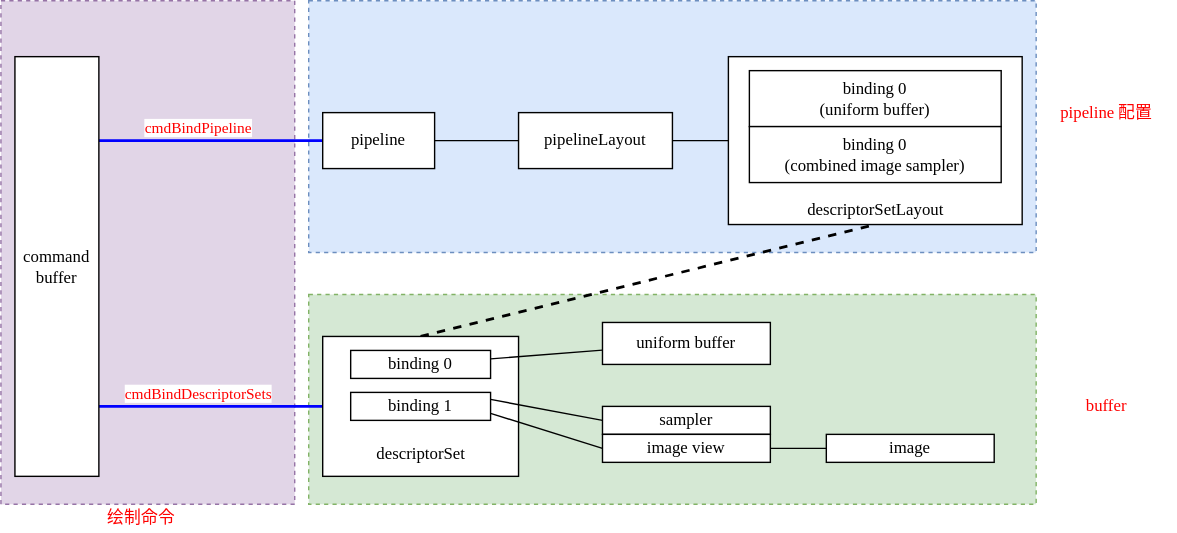
Above: uniform.svg in acccoco/my-vulkan-renderer (draw.io), before the change. Source tidied: cells renumbered, new cells last; positions are measured from the earlier drawing's top-left corner, leaving out a move shared by most shapes. Source of this version:
```xml
<mxGraphModel>
  <root>
    <mxCell id="0" />
    <mxCell id="1" parent="0" />
    <mxCell id="2" style="rounded=0;whiteSpace=wrap;html=1;fontFamily=Consolas;dashed=1;fillColor=#e1d5e7;strokeColor=#9673a6;" parent="1" vertex="1">
      <mxGeometry width="210" height="360" as="geometry" />
    </mxCell>
    <mxCell id="3" style="rounded=0;whiteSpace=wrap;html=1;fontFamily=Consolas;dashed=1;fillColor=#d5e8d4;strokeColor=#82b366;" parent="1" vertex="1">
      <mxGeometry x="220" y="210" width="520" height="150" as="geometry" />
    </mxCell>
    <mxCell id="4" style="rounded=0;whiteSpace=wrap;html=1;fontFamily=Consolas;dashed=1;fillColor=#dae8fc;strokeColor=#6c8ebf;" parent="1" vertex="1">
      <mxGeometry x="220" width="520" height="180" as="geometry" />
    </mxCell>
    <mxCell id="5" style="rounded=0;whiteSpace=wrap;html=1;fontFamily=Consolas;" parent="1" vertex="1">
      <mxGeometry x="520" y="40" width="210" height="120" as="geometry" />
    </mxCell>
    <mxCell id="6" style="edgeStyle=elbowEdgeStyle;rounded=0;jettySize=auto;html=1;fontFamily=Consolas;endArrow=none;endFill=0;strokeWidth=2;elbow=vertical;strokeColor=#0000FF;" parent="1" edge="1" source="8" target="30">
      <mxGeometry relative="1" as="geometry" />
    </mxCell>
    <mxCell id="7" value="cmdBindPipeline" style="edgeLabel;html=1;align=center;verticalAlign=middle;fontFamily=Consolas;fontColor=#FF0000;" parent="6" vertex="1">
      <mxGeometry x="0.36" y="2" relative="1" as="geometry">
        <mxPoint x="19" y="-12" as="offset" />
      </mxGeometry>
    </mxCell>
    <mxCell id="8" value="pipeline" style="rounded=0;whiteSpace=wrap;html=1;fontFamily=Consolas;" parent="1" vertex="1">
      <mxGeometry x="230" y="80" width="80" height="40" as="geometry" />
    </mxCell>
    <mxCell id="9" style="edgeStyle=orthogonalEdgeStyle;rounded=0;jettySize=auto;html=1;fontFamily=Consolas;endArrow=none;endFill=0;" parent="1" edge="1" source="11" target="5">
      <mxGeometry relative="1" as="geometry" />
    </mxCell>
    <mxCell id="10" style="edgeStyle=elbowEdgeStyle;rounded=0;jettySize=auto;html=1;fontFamily=Consolas;endArrow=none;endFill=0;elbow=vertical;" parent="1" edge="1" source="11" target="8">
      <mxGeometry relative="1" as="geometry" />
    </mxCell>
    <mxCell id="11" value="pipelineLayout" style="rounded=0;whiteSpace=wrap;html=1;fontFamily=Consolas;" parent="1" vertex="1">
      <mxGeometry x="370" y="80" width="110" height="40" as="geometry" />
    </mxCell>
    <mxCell id="12" value="binding 0&lt;br&gt;(uniform buffer)" style="rounded=0;whiteSpace=wrap;html=1;fontFamily=Consolas;" parent="1" vertex="1">
      <mxGeometry x="535" y="50" width="180" height="40" as="geometry" />
    </mxCell>
    <mxCell id="13" value="binding 0&lt;br&gt;(combined image sampler)" style="rounded=0;whiteSpace=wrap;html=1;fontFamily=Consolas;" parent="1" vertex="1">
      <mxGeometry x="535" y="90" width="180" height="40" as="geometry" />
    </mxCell>
    <mxCell id="14" style="edgeStyle=none;rounded=0;jettySize=auto;html=1;fontFamily=Consolas;endArrow=none;endFill=0;dashed=1;strokeWidth=2;exitX=0.5;exitY=0;exitDx=0;exitDy=0;entryX=0.5;entryY=1;entryDx=0;entryDy=0;" parent="1" edge="1" source="17" target="5">
      <mxGeometry relative="1" as="geometry" />
    </mxCell>
    <mxCell id="15" style="edgeStyle=elbowEdgeStyle;rounded=0;jettySize=auto;elbow=vertical;html=1;fontFamily=Consolas;endArrow=none;endFill=0;strokeWidth=2;strokeColor=#0000FF;" parent="1" edge="1" source="17" target="30">
      <mxGeometry relative="1" as="geometry" />
    </mxCell>
    <mxCell id="16" value="cmdBindDescriptorSets" style="edgeLabel;html=1;align=center;verticalAlign=middle;fontFamily=Consolas;fontColor=#FF0000;" parent="15" vertex="1">
      <mxGeometry x="0.36" y="-1" relative="1" as="geometry">
        <mxPoint x="19" y="-9" as="offset" />
      </mxGeometry>
    </mxCell>
    <mxCell id="17" style="rounded=0;whiteSpace=wrap;html=1;fontFamily=Consolas;" parent="1" vertex="1">
      <mxGeometry x="230" y="240" width="140" height="100" as="geometry" />
    </mxCell>
    <mxCell id="18" style="edgeStyle=none;rounded=0;jettySize=auto;html=1;fontFamily=Consolas;endArrow=none;endFill=0;" parent="1" edge="1" source="19" target="23">
      <mxGeometry relative="1" as="geometry" />
    </mxCell>
    <mxCell id="19" value="binding 0" style="rounded=0;whiteSpace=wrap;html=1;fontFamily=Consolas;" parent="1" vertex="1">
      <mxGeometry x="250" y="250" width="100" height="20" as="geometry" />
    </mxCell>
    <mxCell id="20" style="edgeStyle=none;rounded=0;jettySize=auto;html=1;fontFamily=Consolas;endArrow=none;endFill=0;exitX=1;exitY=0.75;exitDx=0;exitDy=0;entryX=0;entryY=0.5;entryDx=0;entryDy=0;" parent="1" edge="1" source="22" target="28">
      <mxGeometry relative="1" as="geometry" />
    </mxCell>
    <mxCell id="21" style="edgeStyle=none;rounded=0;jettySize=auto;html=1;fontFamily=Consolas;endArrow=none;endFill=0;exitX=1;exitY=0.25;exitDx=0;exitDy=0;entryX=0;entryY=0.5;entryDx=0;entryDy=0;" parent="1" edge="1" source="22" target="26">
      <mxGeometry relative="1" as="geometry" />
    </mxCell>
    <mxCell id="22" value="binding 1" style="rounded=0;whiteSpace=wrap;html=1;fontFamily=Consolas;" parent="1" vertex="1">
      <mxGeometry x="250" y="280" width="100" height="20" as="geometry" />
    </mxCell>
    <mxCell id="23" value="uniform buffer" style="rounded=0;whiteSpace=wrap;html=1;fontFamily=Consolas;" parent="1" vertex="1">
      <mxGeometry x="430" y="230" width="120" height="30" as="geometry" />
    </mxCell>
    <mxCell id="24" value="&lt;span&gt;descriptorSetLayout&lt;/span&gt;" style="text;html=1;align=center;verticalAlign=middle;strokeColor=none;fillColor=none;fontFamily=Consolas;" parent="1" vertex="1">
      <mxGeometry x="555" y="140" width="140" height="20" as="geometry" />
    </mxCell>
    <mxCell id="25" value="&lt;span&gt;descriptorSet&lt;/span&gt;" style="text;html=1;align=center;verticalAlign=middle;strokeColor=none;fillColor=none;fontFamily=Consolas;" parent="1" vertex="1">
      <mxGeometry x="250" y="314" width="100" height="20" as="geometry" />
    </mxCell>
    <mxCell id="26" value="sampler" style="whiteSpace=wrap;html=1;fontFamily=Consolas;" parent="1" vertex="1">
      <mxGeometry x="430" y="290" width="120" height="20" as="geometry" />
    </mxCell>
    <mxCell id="27" style="edgeStyle=none;rounded=0;jettySize=auto;html=1;fontFamily=Consolas;endArrow=none;endFill=0;exitX=1;exitY=0.5;exitDx=0;exitDy=0;" parent="1" edge="1" source="28" target="29">
      <mxGeometry relative="1" as="geometry" />
    </mxCell>
    <mxCell id="28" value="image view" style="whiteSpace=wrap;html=1;fontFamily=Consolas;" parent="1" vertex="1">
      <mxGeometry x="430" y="310" width="120" height="20" as="geometry" />
    </mxCell>
    <mxCell id="29" value="image" style="whiteSpace=wrap;html=1;fontFamily=Consolas;" parent="1" vertex="1">
      <mxGeometry x="590" y="310" width="120" height="20" as="geometry" />
    </mxCell>
    <mxCell id="30" value="command&lt;br&gt;buffer" style="rounded=0;whiteSpace=wrap;html=1;fontFamily=Consolas;" parent="1" vertex="1">
      <mxGeometry x="10" y="40" width="60" height="300" as="geometry" />
    </mxCell>
    <mxCell id="31" value="pipeline 配置" style="text;html=1;align=center;verticalAlign=middle;strokeColor=none;fillColor=none;fontFamily=Consolas;fontColor=#FF0000;" parent="1" vertex="1">
      <mxGeometry x="740" y="70" width="100" height="20" as="geometry" />
    </mxCell>
    <mxCell id="32" value="buffer" style="text;html=1;align=center;verticalAlign=middle;strokeColor=none;fillColor=none;fontFamily=Consolas;fontColor=#FF0000;" parent="1" vertex="1">
      <mxGeometry x="760" y="280" width="60" height="20" as="geometry" />
    </mxCell>
    <mxCell id="33" value="绘制命令" style="text;html=1;align=center;verticalAlign=middle;strokeColor=none;fillColor=none;fontFamily=Consolas;fontColor=#FF0000;" parent="1" vertex="1">
      <mxGeometry x="70" y="360" width="60" height="20" as="geometry" />
    </mxCell>
  </root>
</mxGraphModel>
```
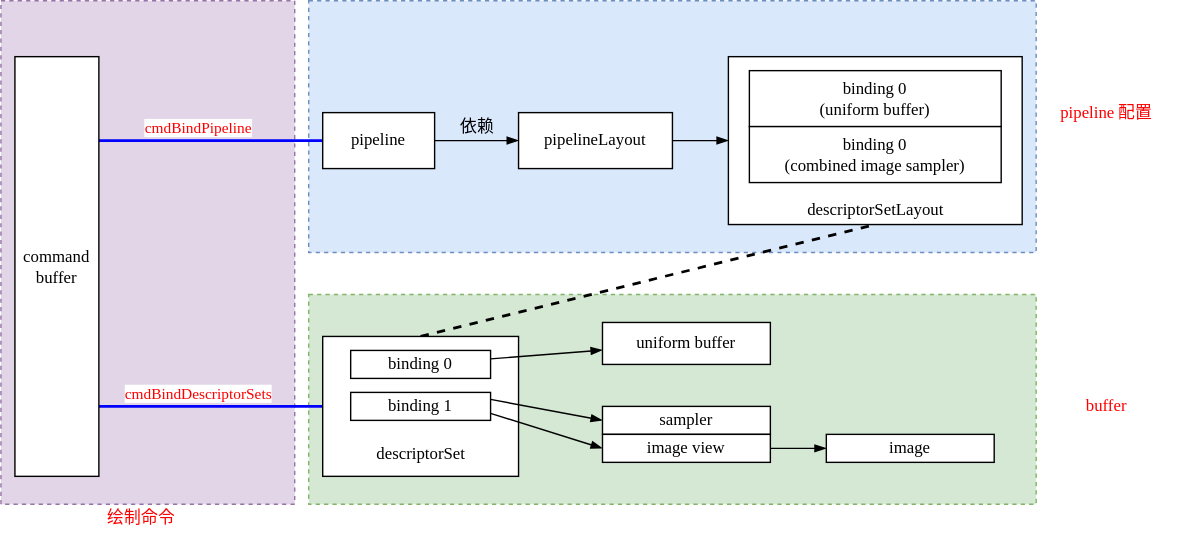
After the commit.

Change to the diagram source:
```diff
@@ -25,10 +25,10 @@
     <mxCell id="8" value="pipeline" style="rounded=0;whiteSpace=wrap;html=1;fontFamily=Consolas;" parent="1" vertex="1">
       <mxGeometry x="230" y="80" width="80" height="40" as="geometry" />
     </mxCell>
-    <mxCell id="9" style="edgeStyle=orthogonalEdgeStyle;rounded=0;jettySize=auto;html=1;fontFamily=Consolas;endArrow=none;endFill=0;" parent="1" edge="1" source="11" target="5">
+    <mxCell id="9" style="edgeStyle=orthogonalEdgeStyle;rounded=0;jettySize=auto;html=1;fontFamily=Consolas;endArrow=blockThin;endFill=1;" parent="1" edge="1" source="11" target="5">
       <mxGeometry relative="1" as="geometry" />
     </mxCell>
-    <mxCell id="10" style="edgeStyle=elbowEdgeStyle;rounded=0;jettySize=auto;html=1;fontFamily=Consolas;endArrow=none;endFill=0;elbow=vertical;" parent="1" edge="1" source="11" target="8">
+    <mxCell id="10" style="edgeStyle=elbowEdgeStyle;rounded=0;jettySize=auto;html=1;fontFamily=Consolas;endArrow=none;endFill=0;elbow=vertical;startArrow=blockThin;startFill=1;" parent="1" edge="1" source="11" target="8">
       <mxGeometry relative="1" as="geometry" />
     </mxCell>
     <mxCell id="11" value="pipelineLayout" style="rounded=0;whiteSpace=wrap;html=1;fontFamily=Consolas;" parent="1" vertex="1">
@@ -54,16 +54,16 @@
     <mxCell id="17" style="rounded=0;whiteSpace=wrap;html=1;fontFamily=Consolas;" parent="1" vertex="1">
       <mxGeometry x="230" y="240" width="140" height="100" as="geometry" />
     </mxCell>
-    <mxCell id="18" style="edgeStyle=none;rounded=0;jettySize=auto;html=1;fontFamily=Consolas;endArrow=none;endFill=0;" parent="1" edge="1" source="19" target="23">
+    <mxCell id="18" style="edgeStyle=none;rounded=0;jettySize=auto;html=1;fontFamily=Consolas;endArrow=blockThin;endFill=1;" parent="1" edge="1" source="19" target="23">
       <mxGeometry relative="1" as="geometry" />
     </mxCell>
     <mxCell id="19" value="binding 0" style="rounded=0;whiteSpace=wrap;html=1;fontFamily=Consolas;" parent="1" vertex="1">
       <mxGeometry x="250" y="250" width="100" height="20" as="geometry" />
     </mxCell>
-    <mxCell id="20" style="edgeStyle=none;rounded=0;jettySize=auto;html=1;fontFamily=Consolas;endArrow=none;endFill=0;exitX=1;exitY=0.75;exitDx=0;exitDy=0;entryX=0;entryY=0.5;entryDx=0;entryDy=0;" parent="1" edge="1" source="22" target="28">
+    <mxCell id="20" style="edgeStyle=none;rounded=0;jettySize=auto;html=1;fontFamily=Consolas;endArrow=blockThin;endFill=1;exitX=1;exitY=0.75;exitDx=0;exitDy=0;entryX=0;entryY=0.5;entryDx=0;entryDy=0;" parent="1" edge="1" source="22" target="28">
       <mxGeometry relative="1" as="geometry" />
     </mxCell>
-    <mxCell id="21" style="edgeStyle=none;rounded=0;jettySize=auto;html=1;fontFamily=Consolas;endArrow=none;endFill=0;exitX=1;exitY=0.25;exitDx=0;exitDy=0;entryX=0;entryY=0.5;entryDx=0;entryDy=0;" parent="1" edge="1" source="22" target="26">
+    <mxCell id="21" style="edgeStyle=none;rounded=0;jettySize=auto;html=1;fontFamily=Consolas;endArrow=blockThin;endFill=1;exitX=1;exitY=0.25;exitDx=0;exitDy=0;entryX=0;entryY=0.5;entryDx=0;entryDy=0;" parent="1" edge="1" source="22" target="26">
       <mxGeometry relative="1" as="geometry" />
     </mxCell>
     <mxCell id="22" value="binding 1" style="rounded=0;whiteSpace=wrap;html=1;fontFamily=Consolas;" parent="1" vertex="1">
@@ -81,7 +81,7 @@
     <mxCell id="26" value="sampler" style="whiteSpace=wrap;html=1;fontFamily=Consolas;" parent="1" vertex="1">
       <mxGeometry x="430" y="290" width="120" height="20" as="geometry" />
     </mxCell>
-    <mxCell id="27" style="edgeStyle=none;rounded=0;jettySize=auto;html=1;fontFamily=Consolas;endArrow=none;endFill=0;exitX=1;exitY=0.5;exitDx=0;exitDy=0;" parent="1" edge="1" source="28" target="29">
+    <mxCell id="27" style="edgeStyle=none;rounded=0;jettySize=auto;html=1;fontFamily=Consolas;endArrow=blockThin;endFill=1;exitX=1;exitY=0.5;exitDx=0;exitDy=0;" parent="1" edge="1" source="28" target="29">
       <mxGeometry relative="1" as="geometry" />
     </mxCell>
     <mxCell id="28" value="image view" style="whiteSpace=wrap;html=1;fontFamily=Consolas;" parent="1" vertex="1">
@@ -102,5 +102,8 @@
     <mxCell id="33" value="绘制命令" style="text;html=1;align=center;verticalAlign=middle;strokeColor=none;fillColor=none;fontFamily=Consolas;fontColor=#FF0000;" parent="1" vertex="1">
       <mxGeometry x="70" y="360" width="60" height="20" as="geometry" />
     </mxCell>
+    <mxCell id="34" value="依赖" style="text;html=1;align=center;verticalAlign=middle;strokeColor=none;fillColor=none;" parent="1" vertex="1">
+      <mxGeometry x="320" y="80" width="40" height="20" as="geometry" />
+    </mxCell>
   </root>
 </mxGraphModel>
```
